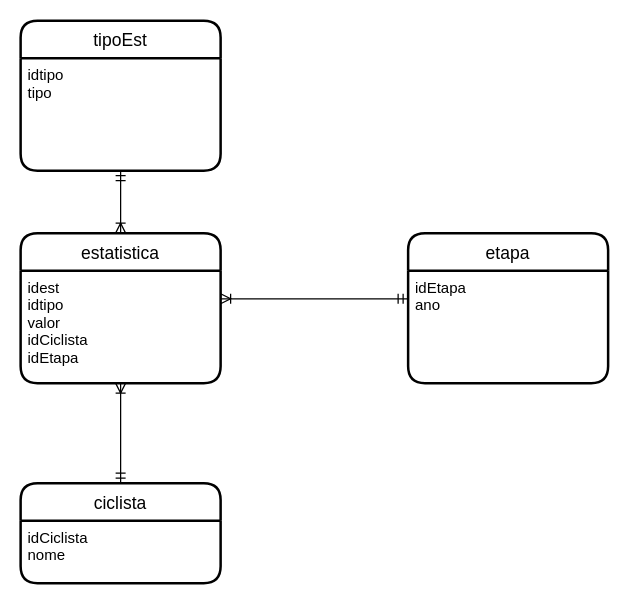
Before: Modelos+Enunciado/DER.drawio in AlexandrePSantos/BD-Gestao_Equipa_de_Ciclistas, a draw.io diagram. Source tidied: cells renumbered, new cells numbered last; positions are measured from the earlier drawing's top-left corner, leaving out a move shared by most shapes. Both pictures are drawn from the tidied source at 125%, with x=0, y=0 at pixel (20, 20).
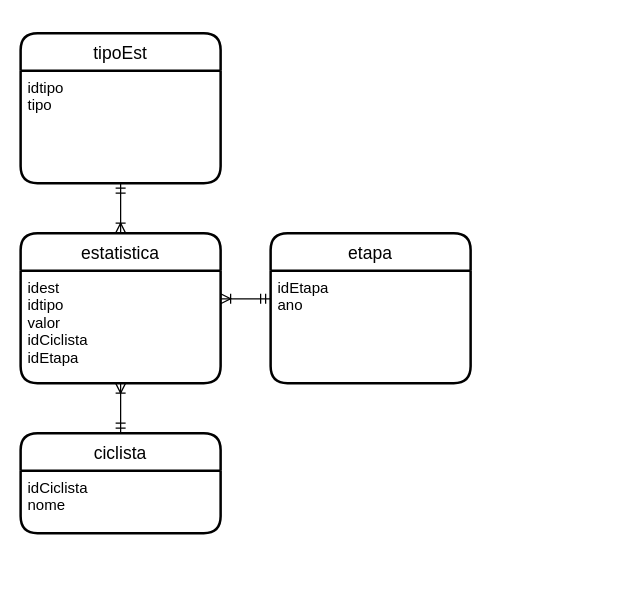
The same page after the edit.

Change to the diagram source:
```diff
@@
 <mxGraphModel>
   <root>
     <mxCell id="0" />
     <mxCell id="1" parent="0" />
     <mxCell id="2" value="estatistica" style="swimlane;horizontal=1;startSize=30;rounded=1;fontSize=14;fontStyle=0;strokeWidth=2;shadow=0;dashed=0;align=center;" parent="1" vertex="1">
       <mxGeometry y="170" width="160" height="120" as="geometry" />
     </mxCell>
     <mxCell id="3" value="idest&#10;idtipo&#10;valor&#10;idCiclista&#10;idEtapa" style="align=left;strokeColor=none;fillColor=none;spacingLeft=4;fontSize=12;verticalAlign=top;" parent="2" vertex="1">
       <mxGeometry y="30" width="160" height="90" as="geometry" />
     </mxCell>
-    <mxCell id="4" style="edgeStyle=orthogonalEdgeStyle;rounded=0;jettySize=auto;html=1;exitX=0.5;exitY=0;exitDx=0;exitDy=0;entryX=0.5;entryY=1;entryDx=0;entryDy=0;startArrow=ERmandOne;startFill=0;endArrow=ERoneToMany;endFill=0;" parent="1" edge="1" source="5" target="3">
+    <mxCell id="4" style="edgeStyle=orthogonalEdgeStyle;rounded=0;jettySize=auto;html=1;exitX=0.5;exitY=0;exitDx=0;exitDy=0;startArrow=ERmandOne;startFill=0;endArrow=ERoneToMany;endFill=0;" parent="1" edge="1" source="5">
       <mxGeometry relative="1" as="geometry">
+        <mxPoint x="80" y="290" as="targetPoint" />
         <Array as="points">
-          <mxPoint x="80" y="340" />
-          <mxPoint x="80" y="340" />
+          <mxPoint x="80" y="300" />
+          <mxPoint x="80" y="300" />
         </Array>
       </mxGeometry>
     </mxCell>
     <mxCell id="5" value="ciclista" style="swimlane;horizontal=1;startSize=30;rounded=1;fontSize=14;fontStyle=0;strokeWidth=2;shadow=0;dashed=0;align=center;" parent="1" vertex="1">
-      <mxGeometry y="370" width="160" height="80" as="geometry" />
+      <mxGeometry y="330" width="160" height="80" as="geometry" />
     </mxCell>
     <mxCell id="6" value="idCiclista&#10;nome" style="align=left;strokeColor=none;fillColor=none;spacingLeft=4;fontSize=12;verticalAlign=top;" parent="5" vertex="1">
       <mxGeometry y="30" width="160" height="50" as="geometry" />
     </mxCell>
     <mxCell id="7" value="etapa" style="swimlane;horizontal=1;startSize=30;rounded=1;fontSize=14;fontStyle=0;strokeWidth=2;shadow=0;dashed=0;align=center;" parent="1" vertex="1">
-      <mxGeometry x="310" y="170" width="160" height="120" as="geometry" />
+      <mxGeometry x="200" y="170" width="160" height="120" as="geometry" />
     </mxCell>
     <mxCell id="8" value="idEtapa&#10;ano" style="align=left;strokeColor=none;fillColor=none;spacingLeft=4;fontSize=12;verticalAlign=top;" parent="7" vertex="1">
       <mxGeometry y="30" width="160" height="90" as="geometry" />
     </mxCell>
     <mxCell id="9" value="tipoEst" style="swimlane;horizontal=1;startSize=30;rounded=1;fontSize=14;fontStyle=0;strokeWidth=2;shadow=0;dashed=0;align=center;" parent="1" vertex="1">
-      <mxGeometry width="160" height="120" as="geometry" />
+      <mxGeometry y="10" width="160" height="120" as="geometry" />
     </mxCell>
     <mxCell id="10" value="idtipo&#10;tipo" style="align=left;strokeColor=none;fillColor=none;spacingLeft=4;fontSize=12;verticalAlign=top;" parent="9" vertex="1">
       <mxGeometry y="30" width="160" height="90" as="geometry" />
     </mxCell>
     <mxCell id="11" style="edgeStyle=orthogonalEdgeStyle;rounded=0;jettySize=auto;html=1;exitX=0;exitY=0.25;exitDx=0;exitDy=0;entryX=1;entryY=0.25;entryDx=0;entryDy=0;startArrow=ERmandOne;startFill=0;endArrow=ERoneToMany;endFill=0;" parent="1" edge="1" source="8" target="3">
       <mxGeometry relative="1" as="geometry" />
     </mxCell>
     <mxCell id="12" style="edgeStyle=orthogonalEdgeStyle;rounded=0;jettySize=auto;html=1;exitX=0.5;exitY=1;exitDx=0;exitDy=0;entryX=0.5;entryY=0;entryDx=0;entryDy=0;startArrow=ERmandOne;startFill=0;endArrow=ERoneToMany;endFill=0;" parent="1" edge="1" source="10" target="2">
       <mxGeometry relative="1" as="geometry" />
     </mxCell>
   </root>
 </mxGraphModel>
```
